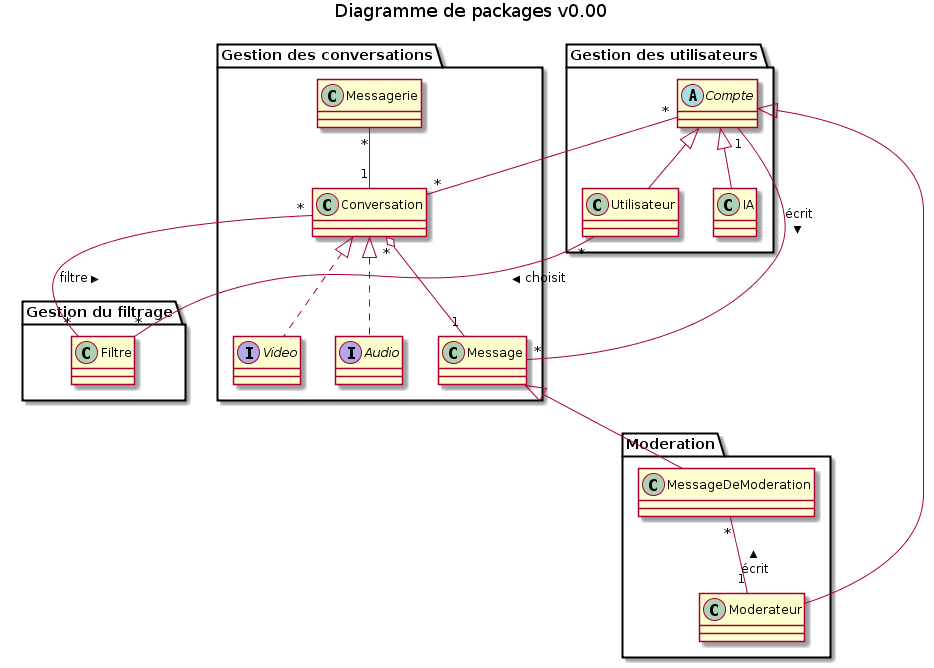
gdarchen/WhatsASI keeps this PlantUML diagram as DC/diagrammes/package-diag.png. Above is the earlier version. Source of this version:
```plantuml
@startuml
title Diagramme de packages v0.00

package "Gestion des conversations" {
  class Messagerie
  class Conversation
  interface Video
  interface Audio
  class Message
}

package "Gestion des utilisateurs" {
  abstract class Compte
  class Utilisateur
  class IA
}

package "Gestion du filtrage" {
  class Filtre
}

package "Moderation" {
  class Moderateur
  class MessageDeModeration
}


Messagerie "*" -- "1" Conversation

Compte "*" -- "*" Conversation

Compte <|-- Moderateur
Compte <|-- Utilisateur
Compte <|-- IA

Conversation <|.. Video
Conversation <|.. Audio

Utilisateur "*" -- "*" Filtre : choisit >

Conversation "*" -- "*" Filtre : < filtre

Message <|-- MessageDeModeration
Message "1" -down-o "*" Conversation

Compte "1" -right- "*" Message : écrit >
MessageDeModeration "*" -- "1" Moderateur : < écrit



@enduml
```
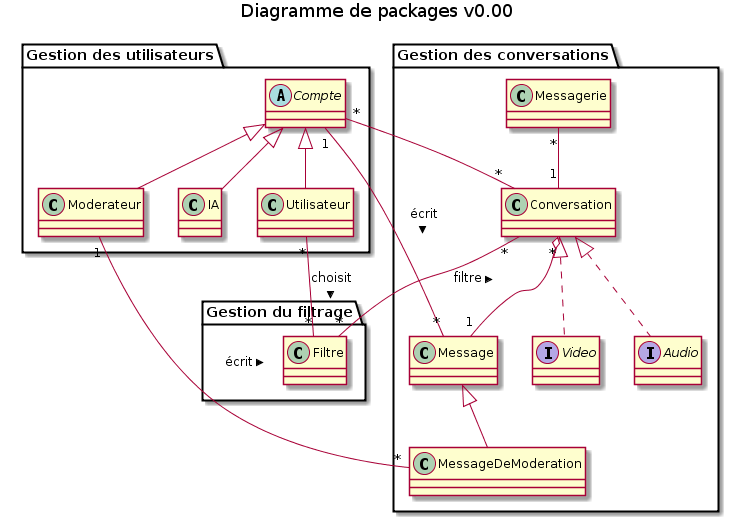
After the change.

Diff of the diagram source:
```diff
@@ -7,21 +7,18 @@
   interface Video
   interface Audio
   class Message
+  class MessageDeModeration
 }
 
 package "Gestion des utilisateurs" {
   abstract class Compte
   class Utilisateur
   class IA
+  class Moderateur
 }
 
 package "Gestion du filtrage" {
   class Filtre
-}
-
-package "Moderation" {
-  class Moderateur
-  class MessageDeModeration
 }
 
 
```
